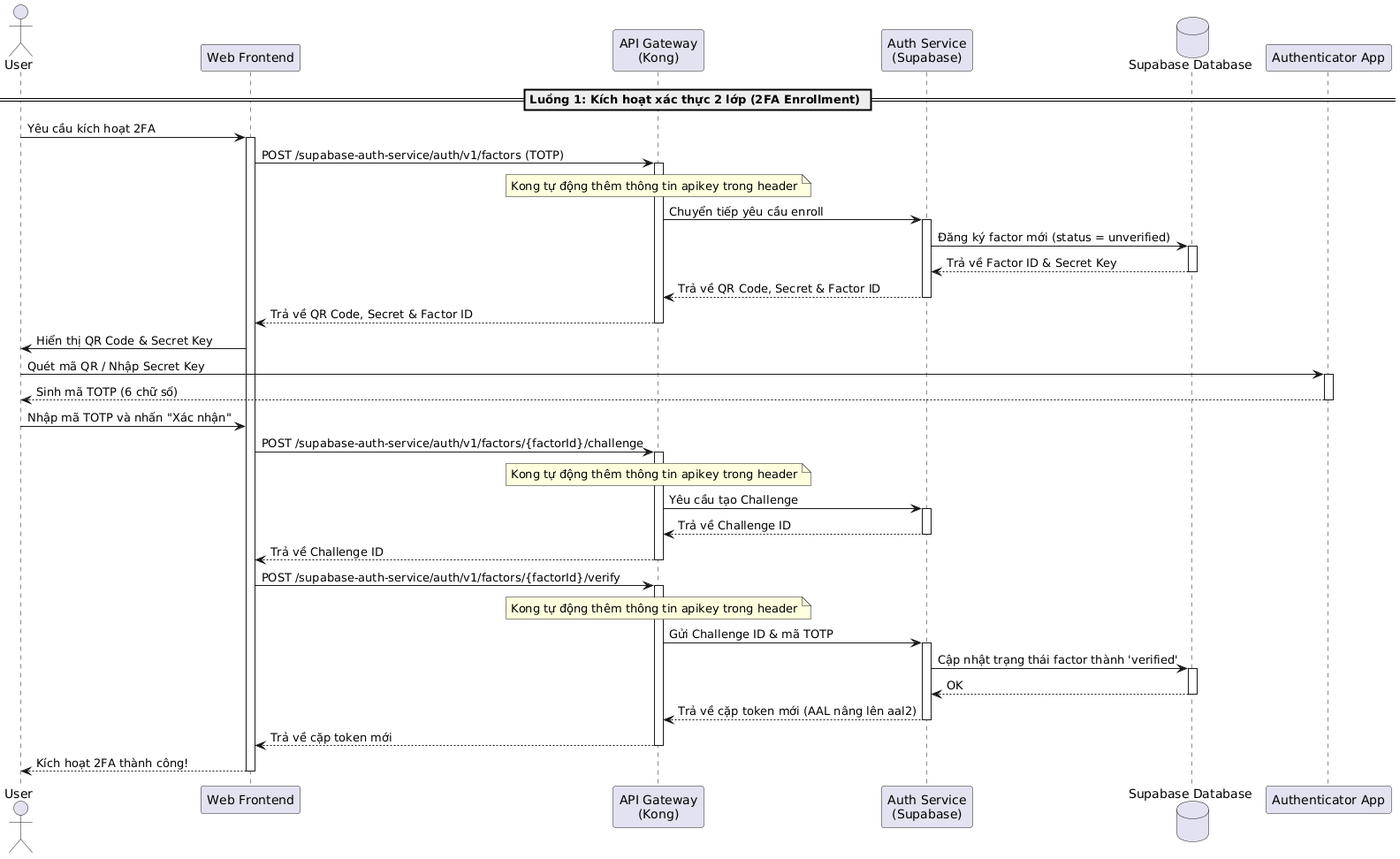
Before: latex/contents/Sequence/UML-Sequence-UserMfaEnrollment.png, a diagram exported from PlantUML (20206205Tech/docs-latex).
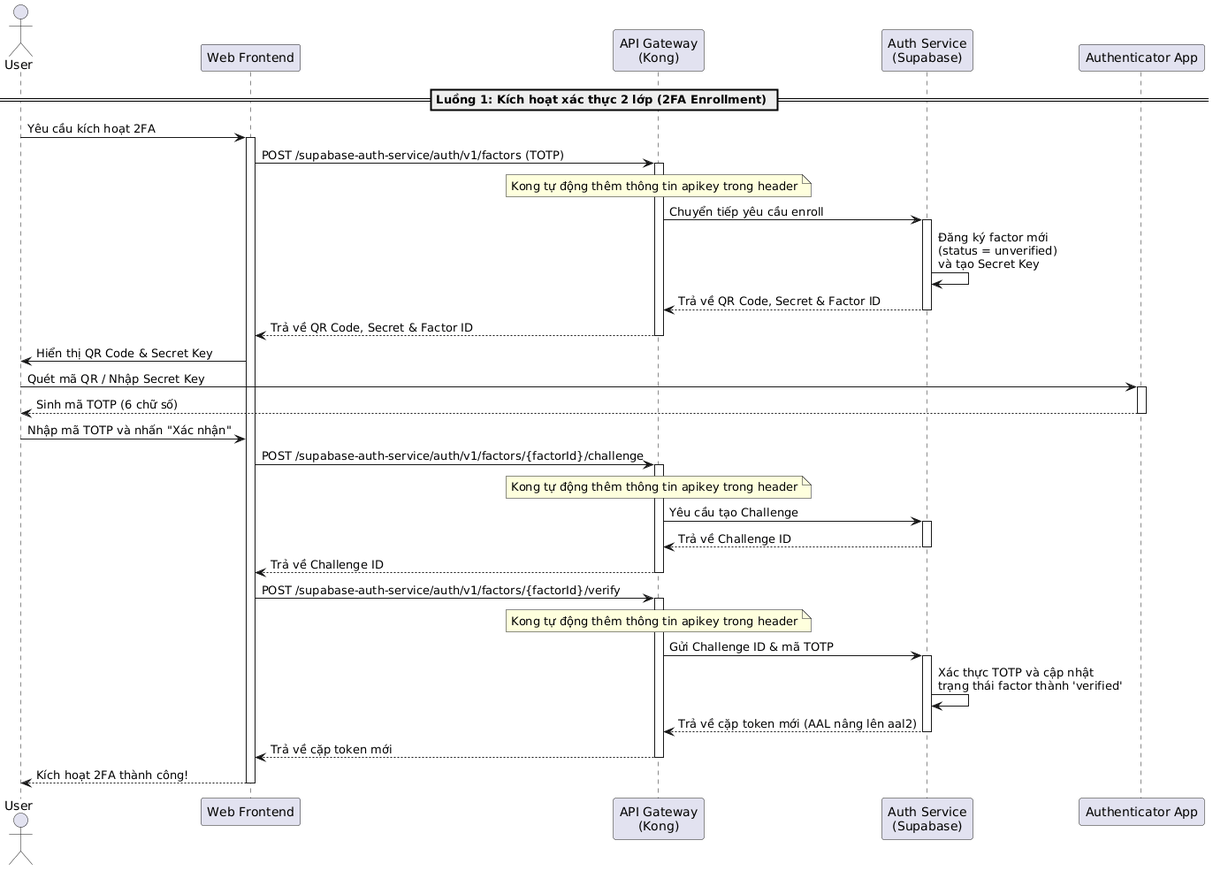
The same diagram one commit later.

Diff of the diagram source:
```diff
@@ -3,7 +3,6 @@
 participant "Web Frontend" as Frontend
 participant "API Gateway\n(Kong)" as Kong
 participant "Auth Service\n(Supabase)" as AuthService
-database "Supabase Database" as DB
 participant "Authenticator App" as AuthApp
 
 == Luồng 1: Kích hoạt xác thực 2 lớp (2FA Enrollment) ==
@@ -15,10 +14,9 @@
 note over Kong: Kong tự động thêm thông tin apikey trong header
 Kong -> AuthService: Chuyển tiếp yêu cầu enroll
 activate AuthService
-AuthService -> DB: Đăng ký factor mới (status = unverified)
-activate DB
-DB --> AuthService: Trả về Factor ID & Secret Key
-deactivate DB
+
+AuthService -> AuthService: Đăng ký factor mới\n(status = unverified)\nvà tạo Secret Key
+
 AuthService --> Kong: Trả về QR Code, Secret & Factor ID
 deactivate AuthService
 Kong --> Frontend: Trả về QR Code, Secret & Factor ID
@@ -46,10 +44,9 @@
 note over Kong: Kong tự động thêm thông tin apikey trong header
 Kong -> AuthService: Gửi Challenge ID & mã TOTP
 activate AuthService
-AuthService -> DB: Cập nhật trạng thái factor thành 'verified'
-activate DB
-DB --> AuthService: OK
-deactivate DB
+
+AuthService -> AuthService: Xác thực TOTP và cập nhật\ntrạng thái factor thành 'verified'
+
 AuthService --> Kong: Trả về cặp token mới (AAL nâng lên aal2)
 deactivate AuthService
 Kong --> Frontend: Trả về cặp token mới
```
